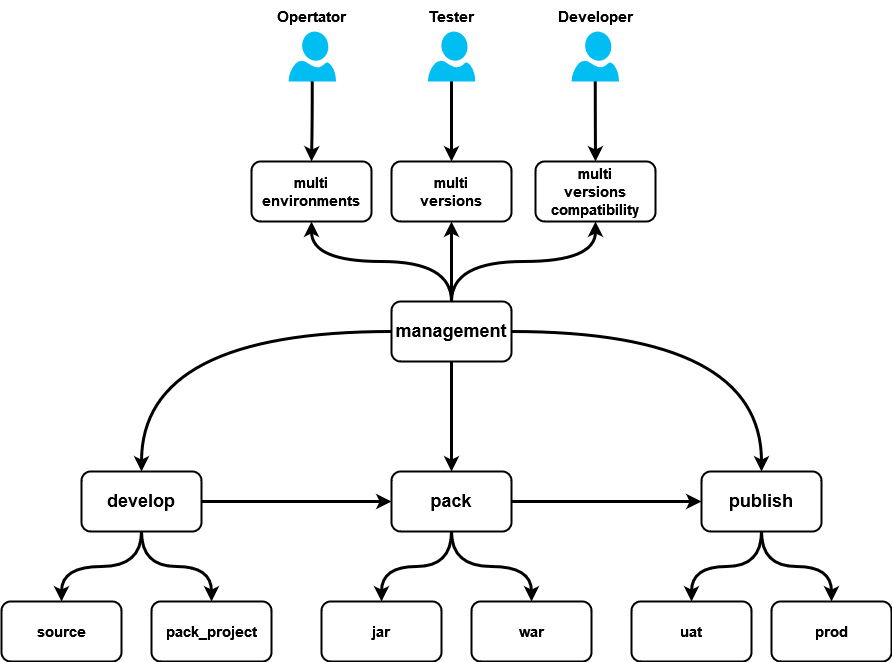
Before: authz/CI/CD.drawio.png, a diagram exported from draw.io (jackie-thank/beego-authz). Source tidied: cells renumbered, new cells last; positions are measured from the earlier drawing's top-left corner, leaving out a move shared by most shapes. Source of this version:
```xml
<mxGraphModel>
  <root>
    <mxCell id="0" />
    <mxCell id="1" parent="0" />
    <mxCell id="2" style="edgeStyle=orthogonalEdgeStyle;rounded=0;jettySize=auto;html=1;exitX=1;exitY=0.5;exitDx=0;exitDy=0;entryX=0;entryY=0.5;entryDx=0;entryDy=0;fontSize=18;strokeWidth=3;" parent="1" edge="1" source="5" target="9">
      <mxGeometry relative="1" as="geometry" />
    </mxCell>
    <mxCell id="3" style="edgeStyle=orthogonalEdgeStyle;curved=1;rounded=0;jettySize=auto;html=1;exitX=0.5;exitY=1;exitDx=0;exitDy=0;entryX=0.5;entryY=0;entryDx=0;entryDy=0;strokeWidth=3;fontSize=18;" parent="1" edge="1" source="5" target="20">
      <mxGeometry relative="1" as="geometry" />
    </mxCell>
    <mxCell id="4" style="edgeStyle=orthogonalEdgeStyle;curved=1;rounded=0;jettySize=auto;html=1;exitX=0.5;exitY=1;exitDx=0;exitDy=0;strokeWidth=3;fontSize=18;" parent="1" edge="1" source="5" target="21">
      <mxGeometry relative="1" as="geometry" />
    </mxCell>
    <mxCell id="5" value="develop" style="rounded=1;whiteSpace=wrap;html=1;strokeWidth=2;fontStyle=1;fontSize=18;" parent="1" vertex="1">
      <mxGeometry x="80" y="470" width="120" height="60" as="geometry" />
    </mxCell>
    <mxCell id="6" style="edgeStyle=orthogonalEdgeStyle;rounded=0;jettySize=auto;html=1;exitX=1;exitY=0.5;exitDx=0;exitDy=0;entryX=0;entryY=0.5;entryDx=0;entryDy=0;strokeWidth=3;fontSize=18;" parent="1" edge="1" source="9" target="12">
      <mxGeometry relative="1" as="geometry" />
    </mxCell>
    <mxCell id="7" style="edgeStyle=orthogonalEdgeStyle;curved=1;rounded=0;jettySize=auto;html=1;exitX=0.5;exitY=1;exitDx=0;exitDy=0;strokeWidth=3;fontSize=18;" parent="1" edge="1" source="9" target="22">
      <mxGeometry relative="1" as="geometry" />
    </mxCell>
    <mxCell id="8" style="edgeStyle=orthogonalEdgeStyle;curved=1;rounded=0;jettySize=auto;html=1;exitX=0.5;exitY=1;exitDx=0;exitDy=0;entryX=0.5;entryY=0;entryDx=0;entryDy=0;strokeWidth=3;fontSize=18;" parent="1" edge="1" source="9" target="23">
      <mxGeometry relative="1" as="geometry" />
    </mxCell>
    <mxCell id="9" value="pack" style="rounded=1;whiteSpace=wrap;html=1;strokeWidth=2;fontStyle=1;fontSize=18;" parent="1" vertex="1">
      <mxGeometry x="390" y="470" width="120" height="60" as="geometry" />
    </mxCell>
    <mxCell id="10" style="edgeStyle=orthogonalEdgeStyle;curved=1;rounded=0;jettySize=auto;html=1;exitX=0.5;exitY=1;exitDx=0;exitDy=0;strokeWidth=3;fontSize=18;" parent="1" edge="1" source="12" target="24">
      <mxGeometry relative="1" as="geometry" />
    </mxCell>
    <mxCell id="11" style="edgeStyle=orthogonalEdgeStyle;curved=1;rounded=0;jettySize=auto;html=1;exitX=0.5;exitY=1;exitDx=0;exitDy=0;strokeWidth=3;fontSize=18;" parent="1" edge="1" source="12" target="25">
      <mxGeometry relative="1" as="geometry" />
    </mxCell>
    <mxCell id="12" value="publish" style="rounded=1;whiteSpace=wrap;html=1;strokeWidth=2;fontStyle=1;fontSize=18;" parent="1" vertex="1">
      <mxGeometry x="700" y="470" width="120" height="60" as="geometry" />
    </mxCell>
    <mxCell id="13" style="edgeStyle=orthogonalEdgeStyle;rounded=0;jettySize=auto;html=1;exitX=0;exitY=0.5;exitDx=0;exitDy=0;strokeWidth=3;fontSize=18;curved=1;" parent="1" edge="1" source="19" target="5">
      <mxGeometry relative="1" as="geometry" />
    </mxCell>
    <mxCell id="14" style="edgeStyle=orthogonalEdgeStyle;rounded=0;jettySize=auto;html=1;exitX=1;exitY=0.5;exitDx=0;exitDy=0;strokeWidth=3;fontSize=18;curved=1;" parent="1" edge="1" source="19" target="12">
      <mxGeometry relative="1" as="geometry" />
    </mxCell>
    <mxCell id="15" style="edgeStyle=orthogonalEdgeStyle;curved=1;rounded=0;jettySize=auto;html=1;exitX=0.5;exitY=1;exitDx=0;exitDy=0;entryX=0.5;entryY=0;entryDx=0;entryDy=0;strokeWidth=3;fontSize=18;" parent="1" edge="1" source="19" target="9">
      <mxGeometry relative="1" as="geometry" />
    </mxCell>
    <mxCell id="16" style="edgeStyle=orthogonalEdgeStyle;curved=1;rounded=0;jettySize=auto;html=1;exitX=0.5;exitY=0;exitDx=0;exitDy=0;entryX=0.5;entryY=1;entryDx=0;entryDy=0;strokeWidth=3;fontSize=15;" parent="1" edge="1" source="19" target="26">
      <mxGeometry relative="1" as="geometry" />
    </mxCell>
    <mxCell id="17" style="edgeStyle=orthogonalEdgeStyle;curved=1;rounded=0;jettySize=auto;html=1;entryX=0.5;entryY=1;entryDx=0;entryDy=0;strokeWidth=3;fontSize=15;" parent="1" edge="1" source="19" target="27">
      <mxGeometry relative="1" as="geometry" />
    </mxCell>
    <mxCell id="18" style="edgeStyle=orthogonalEdgeStyle;curved=1;rounded=0;jettySize=auto;html=1;exitX=0.5;exitY=0;exitDx=0;exitDy=0;entryX=0.5;entryY=1;entryDx=0;entryDy=0;strokeWidth=3;fontSize=15;" parent="1" edge="1" source="19" target="28">
      <mxGeometry relative="1" as="geometry" />
    </mxCell>
    <mxCell id="19" value="management" style="rounded=1;whiteSpace=wrap;html=1;strokeWidth=2;fontStyle=1;fontSize=18;" parent="1" vertex="1">
      <mxGeometry x="390" y="300" width="120" height="60" as="geometry" />
    </mxCell>
    <mxCell id="20" value="source" style="rounded=1;whiteSpace=wrap;html=1;strokeWidth=2;fontStyle=1;fontSize=15;" parent="1" vertex="1">
      <mxGeometry y="600" width="120" height="60" as="geometry" />
    </mxCell>
    <mxCell id="21" value="pack_project" style="rounded=1;whiteSpace=wrap;html=1;strokeWidth=2;fontStyle=1;fontSize=15;" parent="1" vertex="1">
      <mxGeometry x="150" y="600" width="120" height="60" as="geometry" />
    </mxCell>
    <mxCell id="22" value="&lt;div style=&quot;font-size: 15px;&quot;&gt;jar&lt;/div&gt;" style="rounded=1;whiteSpace=wrap;html=1;strokeWidth=2;fontStyle=1;fontSize=15;" parent="1" vertex="1">
      <mxGeometry x="320" y="600" width="120" height="60" as="geometry" />
    </mxCell>
    <mxCell id="23" value="war" style="rounded=1;whiteSpace=wrap;html=1;strokeWidth=2;fontStyle=1;fontSize=15;" parent="1" vertex="1">
      <mxGeometry x="470" y="600" width="120" height="60" as="geometry" />
    </mxCell>
    <mxCell id="24" value="uat" style="rounded=1;whiteSpace=wrap;html=1;strokeWidth=2;fontStyle=1;fontSize=15;" parent="1" vertex="1">
      <mxGeometry x="630" y="600" width="120" height="60" as="geometry" />
    </mxCell>
    <mxCell id="25" value="prod" style="rounded=1;whiteSpace=wrap;html=1;strokeWidth=2;fontStyle=1;fontSize=15;" parent="1" vertex="1">
      <mxGeometry x="770" y="600" width="120" height="60" as="geometry" />
    </mxCell>
    <mxCell id="26" value="multi environments" style="rounded=1;whiteSpace=wrap;html=1;strokeWidth=2;fontStyle=1;fontSize=15;" parent="1" vertex="1">
      <mxGeometry x="250" y="160" width="120" height="60" as="geometry" />
    </mxCell>
    <mxCell id="27" value="&lt;div&gt;multi&lt;/div&gt;&lt;div&gt;versions&lt;br&gt;&lt;/div&gt;" style="rounded=1;whiteSpace=wrap;html=1;strokeWidth=2;fontStyle=1;fontSize=15;" parent="1" vertex="1">
      <mxGeometry x="390" y="160" width="120" height="60" as="geometry" />
    </mxCell>
    <mxCell id="28" value="&lt;div&gt;multi&lt;/div&gt;&lt;div&gt;versions&lt;/div&gt;&lt;div&gt;compatibility&lt;br&gt;&lt;/div&gt;" style="rounded=1;whiteSpace=wrap;html=1;strokeWidth=2;fontStyle=1;fontSize=15;" parent="1" vertex="1">
      <mxGeometry x="534" y="160" width="120" height="60" as="geometry" />
    </mxCell>
    <mxCell id="29" style="edgeStyle=orthogonalEdgeStyle;curved=1;rounded=0;jettySize=auto;html=1;exitX=0.5;exitY=1;exitDx=0;exitDy=0;exitPerimeter=0;strokeWidth=3;fontSize=15;" parent="1" edge="1" source="30" target="26">
      <mxGeometry relative="1" as="geometry" />
    </mxCell>
    <mxCell id="30" style="verticalLabelPosition=bottom;html=1;verticalAlign=top;align=center;strokeColor=none;fillColor=#00BEF2;shape=mxgraph.azure.user;strokeWidth=2;fontSize=15;" parent="1" vertex="1">
      <mxGeometry x="287" y="30" width="47.5" height="50" as="geometry" />
    </mxCell>
    <mxCell id="31" style="edgeStyle=orthogonalEdgeStyle;curved=1;rounded=0;jettySize=auto;html=1;exitX=0.5;exitY=1;exitDx=0;exitDy=0;exitPerimeter=0;entryX=0.5;entryY=0;entryDx=0;entryDy=0;strokeWidth=3;fontSize=15;" parent="1" edge="1" source="32" target="27">
      <mxGeometry relative="1" as="geometry" />
    </mxCell>
    <mxCell id="32" style="verticalLabelPosition=bottom;html=1;verticalAlign=top;align=center;strokeColor=none;fillColor=#00BEF2;shape=mxgraph.azure.user;strokeWidth=2;fontSize=15;" parent="1" vertex="1">
      <mxGeometry x="426.2" y="30" width="47.5" height="50" as="geometry" />
    </mxCell>
    <mxCell id="33" style="edgeStyle=orthogonalEdgeStyle;curved=1;rounded=0;jettySize=auto;html=1;exitX=0.5;exitY=1;exitDx=0;exitDy=0;exitPerimeter=0;strokeWidth=3;fontSize=15;" parent="1" edge="1" source="34" target="28">
      <mxGeometry relative="1" as="geometry" />
    </mxCell>
    <mxCell id="34" style="verticalLabelPosition=bottom;html=1;verticalAlign=top;align=center;strokeColor=none;fillColor=#00BEF2;shape=mxgraph.azure.user;strokeWidth=2;fontSize=15;" parent="1" vertex="1">
      <mxGeometry x="570" y="30" width="47.5" height="50" as="geometry" />
    </mxCell>
    <mxCell id="35" value="Opertator" style="text;html=1;strokeColor=none;fillColor=none;align=center;verticalAlign=middle;whiteSpace=wrap;rounded=0;strokeWidth=2;fontSize=15;fontStyle=1;" parent="1" vertex="1">
      <mxGeometry x="280" width="60" height="30" as="geometry" />
    </mxCell>
    <mxCell id="36" value="Tester" style="text;html=1;strokeColor=none;fillColor=none;align=center;verticalAlign=middle;whiteSpace=wrap;rounded=0;strokeWidth=2;fontSize=15;fontStyle=1;" parent="1" vertex="1">
      <mxGeometry x="420" width="60" height="30" as="geometry" />
    </mxCell>
    <mxCell id="37" value="Developer" style="text;html=1;strokeColor=none;fillColor=none;align=center;verticalAlign=middle;whiteSpace=wrap;rounded=0;strokeWidth=2;fontSize=15;fontStyle=1;" parent="1" vertex="1">
      <mxGeometry x="564" width="60" height="30" as="geometry" />
    </mxCell>
  </root>
</mxGraphModel>
```
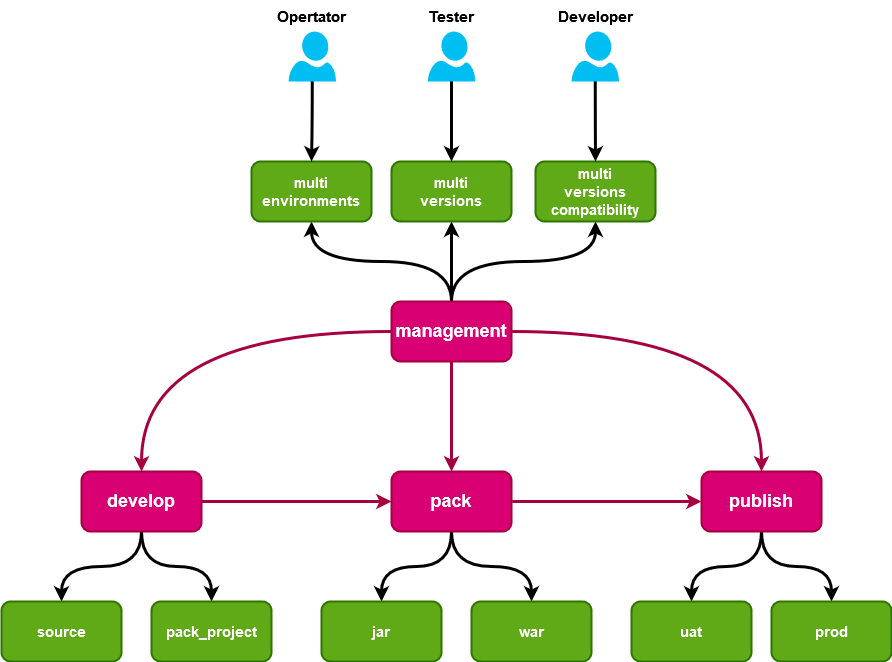
After the change.

Diff of the diagram source:
```diff
@@ -2,7 +2,7 @@
   <root>
     <mxCell id="0" />
     <mxCell id="1" parent="0" />
-    <mxCell id="2" style="edgeStyle=orthogonalEdgeStyle;rounded=0;jettySize=auto;html=1;exitX=1;exitY=0.5;exitDx=0;exitDy=0;entryX=0;entryY=0.5;entryDx=0;entryDy=0;fontSize=18;strokeWidth=3;" parent="1" edge="1" source="5" target="9">
+    <mxCell id="2" style="edgeStyle=orthogonalEdgeStyle;rounded=0;jettySize=auto;html=1;exitX=1;exitY=0.5;exitDx=0;exitDy=0;entryX=0;entryY=0.5;entryDx=0;entryDy=0;fontSize=18;strokeWidth=3;fillColor=#d80073;strokeColor=#A50040;" parent="1" edge="1" source="5" target="9">
       <mxGeometry relative="1" as="geometry" />
     </mxCell>
     <mxCell id="3" style="edgeStyle=orthogonalEdgeStyle;curved=1;rounded=0;jettySize=auto;html=1;exitX=0.5;exitY=1;exitDx=0;exitDy=0;entryX=0.5;entryY=0;entryDx=0;entryDy=0;strokeWidth=3;fontSize=18;" parent="1" edge="1" source="5" target="20">
@@ -11,10 +11,10 @@
     <mxCell id="4" style="edgeStyle=orthogonalEdgeStyle;curved=1;rounded=0;jettySize=auto;html=1;exitX=0.5;exitY=1;exitDx=0;exitDy=0;strokeWidth=3;fontSize=18;" parent="1" edge="1" source="5" target="21">
       <mxGeometry relative="1" as="geometry" />
     </mxCell>
-    <mxCell id="5" value="develop" style="rounded=1;whiteSpace=wrap;html=1;strokeWidth=2;fontStyle=1;fontSize=18;" parent="1" vertex="1">
+    <mxCell id="5" value="develop" style="rounded=1;whiteSpace=wrap;html=1;strokeWidth=2;fontStyle=1;fontSize=18;fillColor=#d80073;fontColor=#ffffff;strokeColor=#A50040;" parent="1" vertex="1">
       <mxGeometry x="80" y="470" width="120" height="60" as="geometry" />
     </mxCell>
-    <mxCell id="6" style="edgeStyle=orthogonalEdgeStyle;rounded=0;jettySize=auto;html=1;exitX=1;exitY=0.5;exitDx=0;exitDy=0;entryX=0;entryY=0.5;entryDx=0;entryDy=0;strokeWidth=3;fontSize=18;" parent="1" edge="1" source="9" target="12">
+    <mxCell id="6" style="edgeStyle=orthogonalEdgeStyle;rounded=0;jettySize=auto;html=1;exitX=1;exitY=0.5;exitDx=0;exitDy=0;entryX=0;entryY=0.5;entryDx=0;entryDy=0;strokeWidth=3;fontSize=18;fillColor=#d80073;strokeColor=#A50040;" parent="1" edge="1" source="9" target="12">
       <mxGeometry relative="1" as="geometry" />
     </mxCell>
     <mxCell id="7" style="edgeStyle=orthogonalEdgeStyle;curved=1;rounded=0;jettySize=auto;html=1;exitX=0.5;exitY=1;exitDx=0;exitDy=0;strokeWidth=3;fontSize=18;" parent="1" edge="1" source="9" target="22">
@@ -23,7 +23,7 @@
     <mxCell id="8" style="edgeStyle=orthogonalEdgeStyle;curved=1;rounded=0;jettySize=auto;html=1;exitX=0.5;exitY=1;exitDx=0;exitDy=0;entryX=0.5;entryY=0;entryDx=0;entryDy=0;strokeWidth=3;fontSize=18;" parent="1" edge="1" source="9" target="23">
       <mxGeometry relative="1" as="geometry" />
     </mxCell>
-    <mxCell id="9" value="pack" style="rounded=1;whiteSpace=wrap;html=1;strokeWidth=2;fontStyle=1;fontSize=18;" parent="1" vertex="1">
+    <mxCell id="9" value="pack" style="rounded=1;whiteSpace=wrap;html=1;strokeWidth=2;fontStyle=1;fontSize=18;fillColor=#d80073;fontColor=#ffffff;strokeColor=#A50040;" parent="1" vertex="1">
       <mxGeometry x="390" y="470" width="120" height="60" as="geometry" />
     </mxCell>
     <mxCell id="10" style="edgeStyle=orthogonalEdgeStyle;curved=1;rounded=0;jettySize=auto;html=1;exitX=0.5;exitY=1;exitDx=0;exitDy=0;strokeWidth=3;fontSize=18;" parent="1" edge="1" source="12" target="24">
@@ -32,16 +32,16 @@
     <mxCell id="11" style="edgeStyle=orthogonalEdgeStyle;curved=1;rounded=0;jettySize=auto;html=1;exitX=0.5;exitY=1;exitDx=0;exitDy=0;strokeWidth=3;fontSize=18;" parent="1" edge="1" source="12" target="25">
       <mxGeometry relative="1" as="geometry" />
     </mxCell>
-    <mxCell id="12" value="publish" style="rounded=1;whiteSpace=wrap;html=1;strokeWidth=2;fontStyle=1;fontSize=18;" parent="1" vertex="1">
+    <mxCell id="12" value="publish" style="rounded=1;whiteSpace=wrap;html=1;strokeWidth=2;fontStyle=1;fontSize=18;fillColor=#d80073;fontColor=#ffffff;strokeColor=#A50040;" parent="1" vertex="1">
       <mxGeometry x="700" y="470" width="120" height="60" as="geometry" />
     </mxCell>
-    <mxCell id="13" style="edgeStyle=orthogonalEdgeStyle;rounded=0;jettySize=auto;html=1;exitX=0;exitY=0.5;exitDx=0;exitDy=0;strokeWidth=3;fontSize=18;curved=1;" parent="1" edge="1" source="19" target="5">
+    <mxCell id="13" style="edgeStyle=orthogonalEdgeStyle;rounded=0;jettySize=auto;html=1;exitX=0;exitY=0.5;exitDx=0;exitDy=0;strokeWidth=3;fontSize=18;curved=1;fillColor=#d80073;strokeColor=#A50040;" parent="1" edge="1" source="19" target="5">
       <mxGeometry relative="1" as="geometry" />
     </mxCell>
-    <mxCell id="14" style="edgeStyle=orthogonalEdgeStyle;rounded=0;jettySize=auto;html=1;exitX=1;exitY=0.5;exitDx=0;exitDy=0;strokeWidth=3;fontSize=18;curved=1;" parent="1" edge="1" source="19" target="12">
+    <mxCell id="14" style="edgeStyle=orthogonalEdgeStyle;rounded=0;jettySize=auto;html=1;exitX=1;exitY=0.5;exitDx=0;exitDy=0;strokeWidth=3;fontSize=18;curved=1;fillColor=#d80073;strokeColor=#A50040;" parent="1" edge="1" source="19" target="12">
       <mxGeometry relative="1" as="geometry" />
     </mxCell>
-    <mxCell id="15" style="edgeStyle=orthogonalEdgeStyle;curved=1;rounded=0;jettySize=auto;html=1;exitX=0.5;exitY=1;exitDx=0;exitDy=0;entryX=0.5;entryY=0;entryDx=0;entryDy=0;strokeWidth=3;fontSize=18;" parent="1" edge="1" source="19" target="9">
+    <mxCell id="15" style="edgeStyle=orthogonalEdgeStyle;curved=1;rounded=0;jettySize=auto;html=1;exitX=0.5;exitY=1;exitDx=0;exitDy=0;entryX=0.5;entryY=0;entryDx=0;entryDy=0;strokeWidth=3;fontSize=18;fillColor=#d80073;strokeColor=#A50040;" parent="1" edge="1" source="19" target="9">
       <mxGeometry relative="1" as="geometry" />
     </mxCell>
     <mxCell id="16" style="edgeStyle=orthogonalEdgeStyle;curved=1;rounded=0;jettySize=auto;html=1;exitX=0.5;exitY=0;exitDx=0;exitDy=0;entryX=0.5;entryY=1;entryDx=0;entryDy=0;strokeWidth=3;fontSize=15;" parent="1" edge="1" source="19" target="26">
@@ -53,34 +53,34 @@
     <mxCell id="18" style="edgeStyle=orthogonalEdgeStyle;curved=1;rounded=0;jettySize=auto;html=1;exitX=0.5;exitY=0;exitDx=0;exitDy=0;entryX=0.5;entryY=1;entryDx=0;entryDy=0;strokeWidth=3;fontSize=15;" parent="1" edge="1" source="19" target="28">
       <mxGeometry relative="1" as="geometry" />
     </mxCell>
-    <mxCell id="19" value="management" style="rounded=1;whiteSpace=wrap;html=1;strokeWidth=2;fontStyle=1;fontSize=18;" parent="1" vertex="1">
+    <mxCell id="19" value="management" style="rounded=1;whiteSpace=wrap;html=1;strokeWidth=2;fontStyle=1;fontSize=18;fillColor=#d80073;fontColor=#ffffff;strokeColor=#A50040;" parent="1" vertex="1">
       <mxGeometry x="390" y="300" width="120" height="60" as="geometry" />
     </mxCell>
-    <mxCell id="20" value="source" style="rounded=1;whiteSpace=wrap;html=1;strokeWidth=2;fontStyle=1;fontSize=15;" parent="1" vertex="1">
+    <mxCell id="20" value="source" style="rounded=1;whiteSpace=wrap;html=1;strokeWidth=2;fontStyle=1;fontSize=15;fillColor=#60a917;fontColor=#ffffff;strokeColor=#2D7600;" parent="1" vertex="1">
       <mxGeometry y="600" width="120" height="60" as="geometry" />
     </mxCell>
-    <mxCell id="21" value="pack_project" style="rounded=1;whiteSpace=wrap;html=1;strokeWidth=2;fontStyle=1;fontSize=15;" parent="1" vertex="1">
+    <mxCell id="21" value="pack_project" style="rounded=1;whiteSpace=wrap;html=1;strokeWidth=2;fontStyle=1;fontSize=15;fillColor=#60a917;fontColor=#ffffff;strokeColor=#2D7600;" parent="1" vertex="1">
       <mxGeometry x="150" y="600" width="120" height="60" as="geometry" />
     </mxCell>
-    <mxCell id="22" value="&lt;div style=&quot;font-size: 15px;&quot;&gt;jar&lt;/div&gt;" style="rounded=1;whiteSpace=wrap;html=1;strokeWidth=2;fontStyle=1;fontSize=15;" parent="1" vertex="1">
+    <mxCell id="22" value="&lt;div style=&quot;font-size: 15px;&quot;&gt;jar&lt;/div&gt;" style="rounded=1;whiteSpace=wrap;html=1;strokeWidth=2;fontStyle=1;fontSize=15;fillColor=#60a917;fontColor=#ffffff;strokeColor=#2D7600;" parent="1" vertex="1">
       <mxGeometry x="320" y="600" width="120" height="60" as="geometry" />
     </mxCell>
-    <mxCell id="23" value="war" style="rounded=1;whiteSpace=wrap;html=1;strokeWidth=2;fontStyle=1;fontSize=15;" parent="1" vertex="1">
+    <mxCell id="23" value="war" style="rounded=1;whiteSpace=wrap;html=1;strokeWidth=2;fontStyle=1;fontSize=15;fillColor=#60a917;fontColor=#ffffff;strokeColor=#2D7600;" parent="1" vertex="1">
       <mxGeometry x="470" y="600" width="120" height="60" as="geometry" />
     </mxCell>
-    <mxCell id="24" value="uat" style="rounded=1;whiteSpace=wrap;html=1;strokeWidth=2;fontStyle=1;fontSize=15;" parent="1" vertex="1">
+    <mxCell id="24" value="uat" style="rounded=1;whiteSpace=wrap;html=1;strokeWidth=2;fontStyle=1;fontSize=15;fillColor=#60a917;fontColor=#ffffff;strokeColor=#2D7600;" parent="1" vertex="1">
       <mxGeometry x="630" y="600" width="120" height="60" as="geometry" />
     </mxCell>
-    <mxCell id="25" value="prod" style="rounded=1;whiteSpace=wrap;html=1;strokeWidth=2;fontStyle=1;fontSize=15;" parent="1" vertex="1">
+    <mxCell id="25" value="prod" style="rounded=1;whiteSpace=wrap;html=1;strokeWidth=2;fontStyle=1;fontSize=15;fillColor=#60a917;fontColor=#ffffff;strokeColor=#2D7600;" parent="1" vertex="1">
       <mxGeometry x="770" y="600" width="120" height="60" as="geometry" />
     </mxCell>
-    <mxCell id="26" value="multi environments" style="rounded=1;whiteSpace=wrap;html=1;strokeWidth=2;fontStyle=1;fontSize=15;" parent="1" vertex="1">
+    <mxCell id="26" value="multi environments" style="rounded=1;whiteSpace=wrap;html=1;strokeWidth=2;fontStyle=1;fontSize=15;fillColor=#60a917;fontColor=#ffffff;strokeColor=#2D7600;" parent="1" vertex="1">
       <mxGeometry x="250" y="160" width="120" height="60" as="geometry" />
     </mxCell>
-    <mxCell id="27" value="&lt;div&gt;multi&lt;/div&gt;&lt;div&gt;versions&lt;br&gt;&lt;/div&gt;" style="rounded=1;whiteSpace=wrap;html=1;strokeWidth=2;fontStyle=1;fontSize=15;" parent="1" vertex="1">
+    <mxCell id="27" value="&lt;div&gt;multi&lt;/div&gt;&lt;div&gt;versions&lt;br&gt;&lt;/div&gt;" style="rounded=1;whiteSpace=wrap;html=1;strokeWidth=2;fontStyle=1;fontSize=15;fillColor=#60a917;fontColor=#ffffff;strokeColor=#2D7600;" parent="1" vertex="1">
       <mxGeometry x="390" y="160" width="120" height="60" as="geometry" />
     </mxCell>
-    <mxCell id="28" value="&lt;div&gt;multi&lt;/div&gt;&lt;div&gt;versions&lt;/div&gt;&lt;div&gt;compatibility&lt;br&gt;&lt;/div&gt;" style="rounded=1;whiteSpace=wrap;html=1;strokeWidth=2;fontStyle=1;fontSize=15;" parent="1" vertex="1">
+    <mxCell id="28" value="&lt;div&gt;multi&lt;/div&gt;&lt;div&gt;versions&lt;/div&gt;&lt;div&gt;compatibility&lt;br&gt;&lt;/div&gt;" style="rounded=1;whiteSpace=wrap;html=1;strokeWidth=2;fontStyle=1;fontSize=15;fillColor=#60a917;fontColor=#ffffff;strokeColor=#2D7600;" parent="1" vertex="1">
       <mxGeometry x="534" y="160" width="120" height="60" as="geometry" />
     </mxCell>
     <mxCell id="29" style="edgeStyle=orthogonalEdgeStyle;curved=1;rounded=0;jettySize=auto;html=1;exitX=0.5;exitY=1;exitDx=0;exitDy=0;exitPerimeter=0;strokeWidth=3;fontSize=15;" parent="1" edge="1" source="30" target="26">
```
